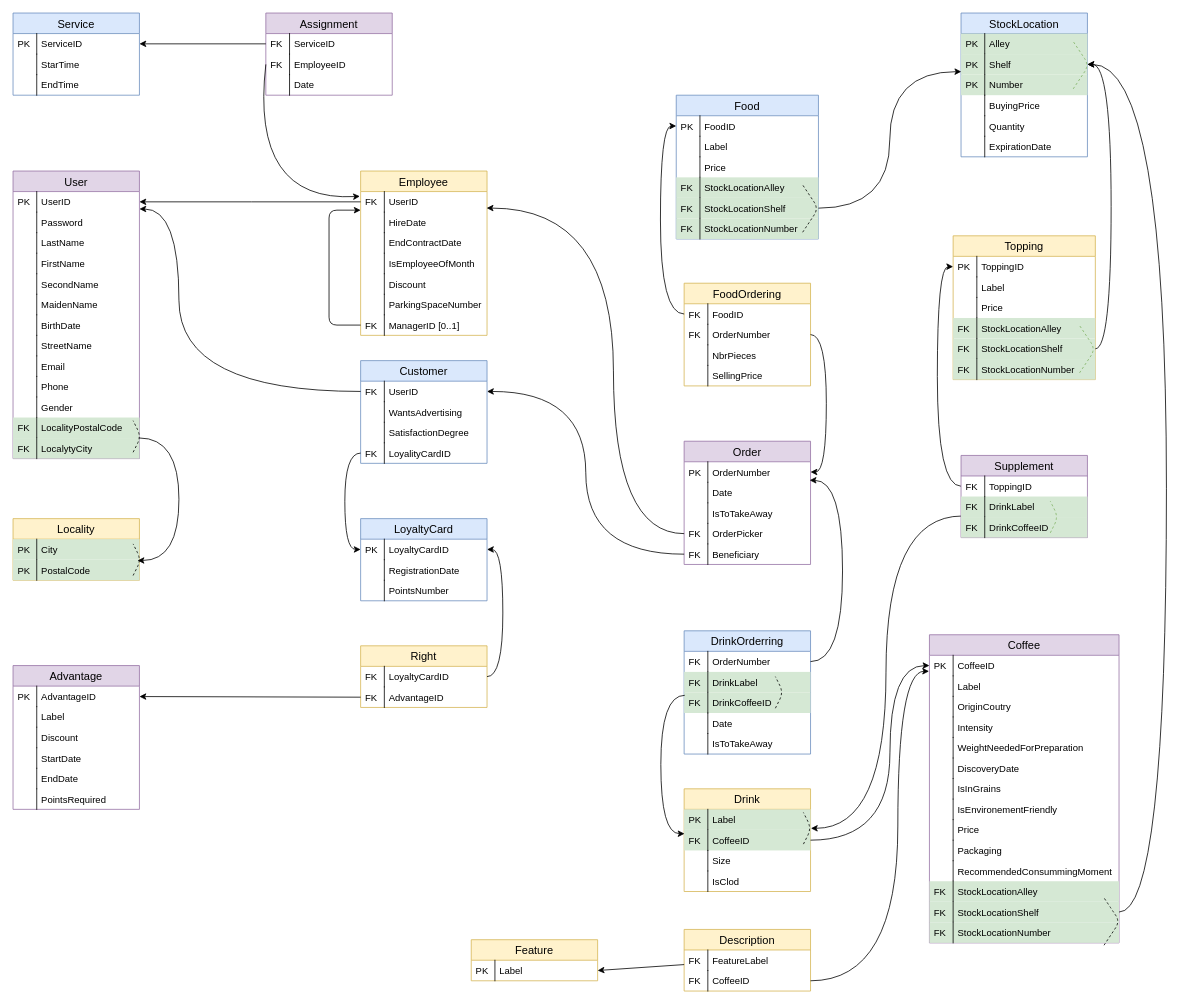
Before: schéma logique relationnel.drawio in DrakeXorn/CoffIG, a draw.io diagram. Source tidied: cells renumbered, new cells numbered last; positions are measured from the earlier drawing's top-left corner, leaving out a move shared by most shapes. Both pictures are drawn from the tidied source at 79%, with x=0, y=0 at pixel (13, 13).
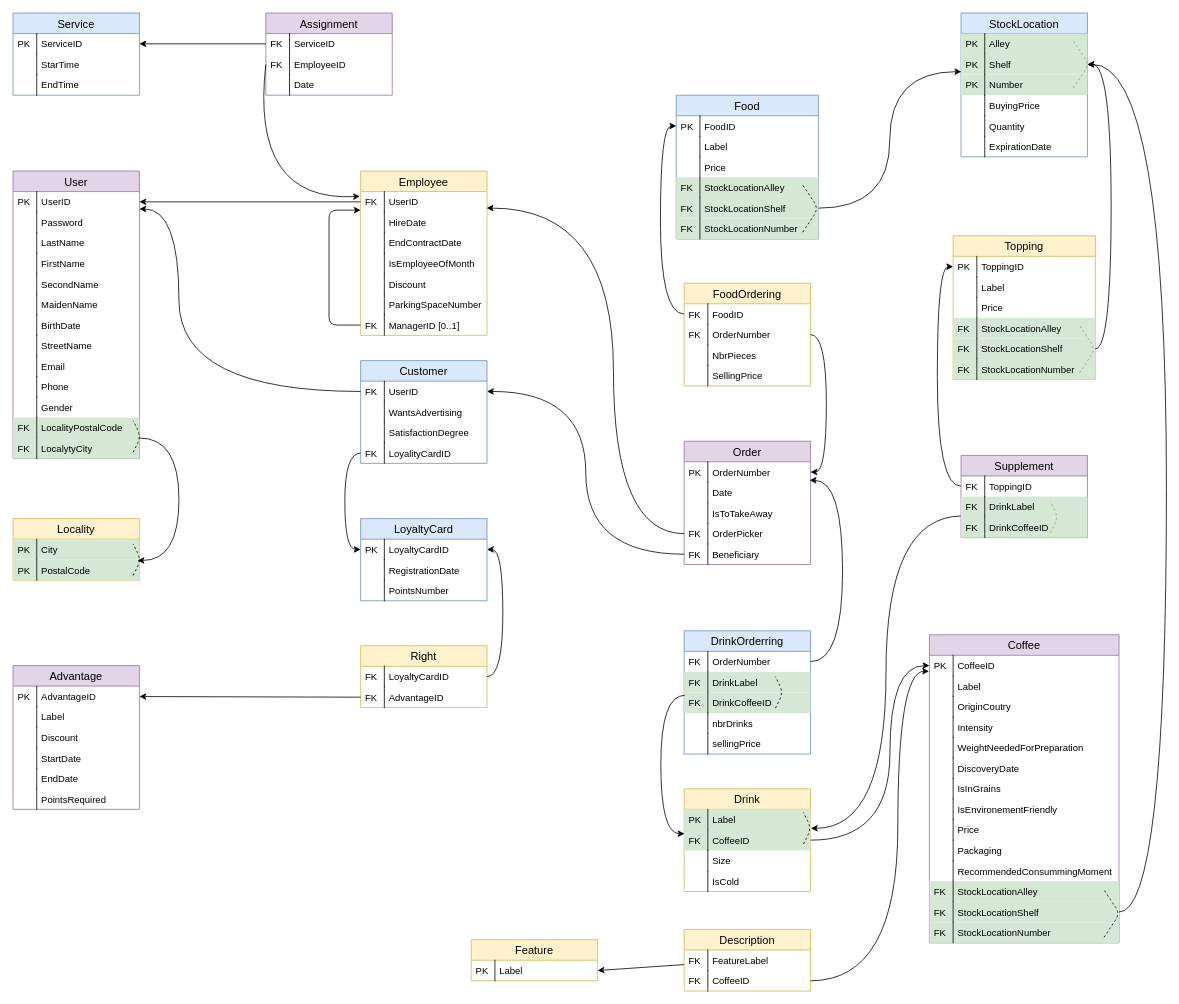
Above is the later version.

Unchanged cells that the change refers to:
```xml
<mxCell id="108" value="StockLocation" style="swimlane;fontStyle=0;horizontal=1;startSize=26;fillColor=#dae8fc;swimlaneFillColor=#ffffff;align=center;fontSize=14;strokeColor=#6c8ebf;" parent="1" vertex="1">
  <mxGeometry x="1200" width="160" height="182" as="geometry" />
</mxCell>
<mxCell id="161" value="DrinkOrderring" style="swimlane;fontStyle=0;horizontal=1;startSize=26;fillColor=#dae8fc;swimlaneFillColor=#ffffff;align=center;fontSize=14;strokeColor=#6c8ebf;" parent="1" vertex="1">
  <mxGeometry x="849.5" y="782" width="160" height="156" as="geometry" />
</mxCell>
<mxCell id="174" value="Drink" style="swimlane;fontStyle=0;horizontal=1;startSize=26;fillColor=#fff2cc;swimlaneFillColor=#ffffff;align=center;fontSize=14;strokeColor=#d6b656;" parent="1" vertex="1">
  <mxGeometry x="849.5" y="982" width="160" height="130" as="geometry" />
</mxCell>
<mxCell id="210" value="Coffee" style="swimlane;fontStyle=0;horizontal=1;startSize=26;fillColor=#e1d5e7;swimlaneFillColor=#ffffff;align=center;fontSize=14;strokeColor=#9673a6;" parent="1" vertex="1">
  <mxGeometry x="1160" y="787" width="240" height="390" as="geometry" />
</mxCell>
```

What changed in the source:
```diff
@@
     <mxCell id="121" style="endArrow=none;dashed=1;html=1;fillColor=#d5e8d4;strokeColor=#82b366;" parent="108" edge="1">
       <mxGeometry relative="1" as="geometry">
-        <mxPoint x="142" y="96" as="sourcePoint" />
-        <mxPoint x="142" y="36" as="targetPoint" />
+        <mxPoint x="142" y="95" as="sourcePoint" />
+        <mxPoint x="142" y="35" as="targetPoint" />
         <Array as="points">
-          <mxPoint x="162" y="66" />
+          <mxPoint x="162" y="65" />
         </Array>
       </mxGeometry>
     </mxCell>
@@
-    <mxCell id="168" value="Date" style="shape=partialRectangle;top=0;left=0;right=0;bottom=0;align=left;verticalAlign=top;fillColor=none;spacingLeft=34;spacingRight=4;overflow=hidden;fontSize=12;" parent="161" vertex="1">
+    <mxCell id="168" value="nbrDrinks" style="shape=partialRectangle;top=0;left=0;right=0;bottom=0;align=left;verticalAlign=top;fillColor=none;spacingLeft=34;spacingRight=4;overflow=hidden;fontSize=12;" parent="161" vertex="1">
       <mxGeometry y="104" width="160" height="26" as="geometry" />
     </mxCell>
@@
-    <mxCell id="170" value="IsToTakeAway" style="shape=partialRectangle;top=0;left=0;right=0;bottom=0;align=left;verticalAlign=top;fillColor=none;spacingLeft=34;spacingRight=4;overflow=hidden;fontSize=12;" parent="161" vertex="1">
+    <mxCell id="170" value="sellingPrice" style="shape=partialRectangle;top=0;left=0;right=0;bottom=0;align=left;verticalAlign=top;fillColor=none;spacingLeft=34;spacingRight=4;overflow=hidden;fontSize=12;" parent="161" vertex="1">
       <mxGeometry y="130" width="160" height="26" as="geometry" />
     </mxCell>
@@
-    <mxCell id="181" value="IsClod" style="shape=partialRectangle;top=0;left=0;right=0;bottom=0;align=left;verticalAlign=top;fillColor=none;spacingLeft=34;spacingRight=4;overflow=hidden;fontSize=12;" parent="174" vertex="1">
+    <mxCell id="181" value="IsCold" style="shape=partialRectangle;top=0;left=0;right=0;bottom=0;align=left;verticalAlign=top;fillColor=none;spacingLeft=34;spacingRight=4;overflow=hidden;fontSize=12;" parent="174" vertex="1">
       <mxGeometry y="104" width="160" height="26" as="geometry" />
     </mxCell>
@@
     <mxCell id="239" style="endArrow=none;dashed=1;html=1;" parent="210" edge="1">
       <mxGeometry relative="1" as="geometry">
-        <mxPoint x="221" y="393" as="sourcePoint" />
-        <mxPoint x="221" y="333" as="targetPoint" />
+        <mxPoint x="221" y="383" as="sourcePoint" />
+        <mxPoint x="221" y="323" as="targetPoint" />
         <Array as="points">
-          <mxPoint x="241" y="363" />
-          <mxPoint x="231" y="348" />
+          <mxPoint x="241" y="353" />
+          <mxPoint x="231" y="338" />
         </Array>
       </mxGeometry>
     </mxCell>
```
